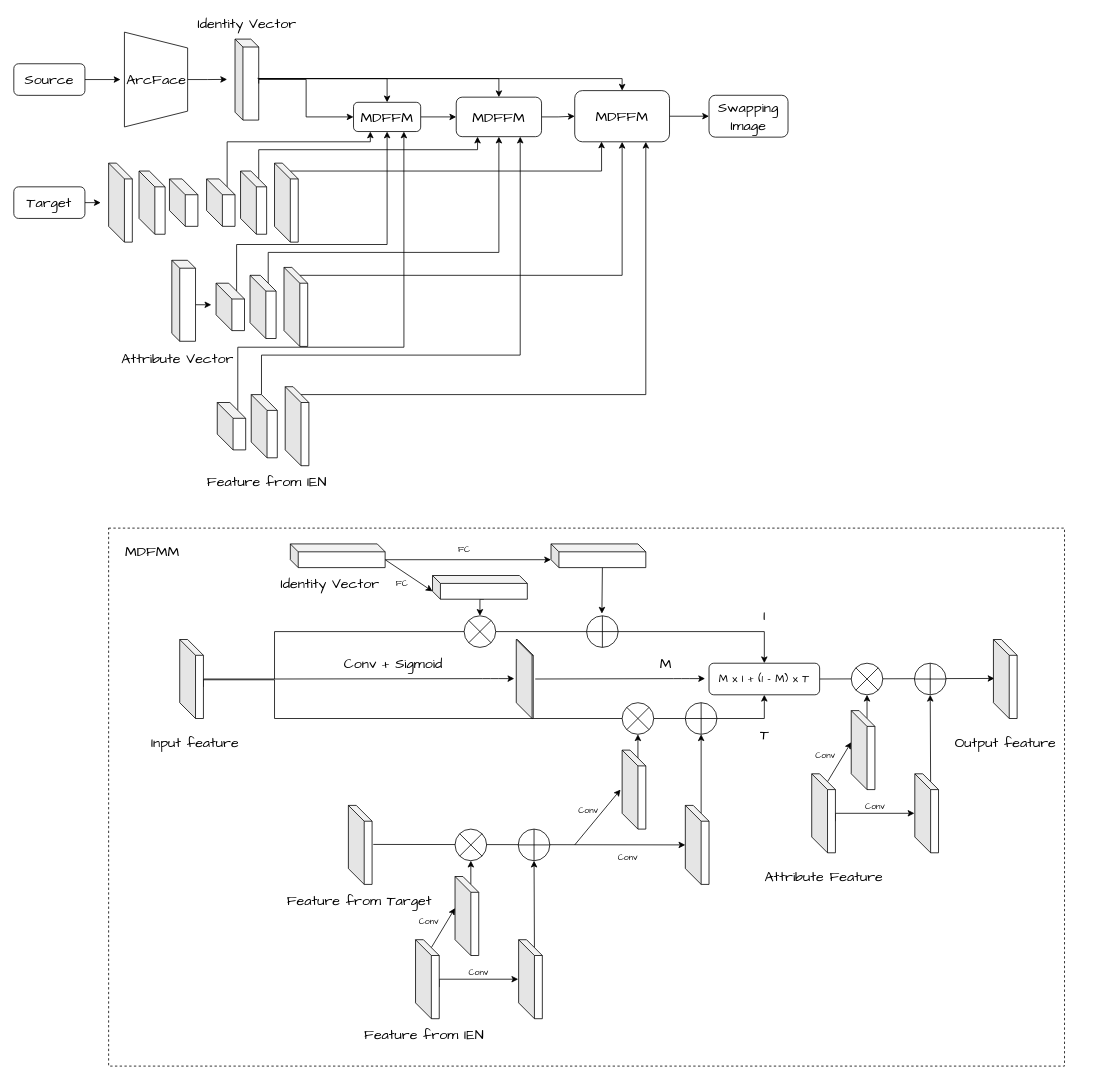
Earlier version of the draw.io diagram Untitled Diagram.drawio (liang23333/liang23333.github.io). Source tidied: cells renumbered, new cells numbered last; positions are measured from the earlier drawing's top-left corner, leaving out a move shared by most shapes. Both pictures are drawn from the tidied source at 79%, with x=0, y=0 at pixel (13, 15).
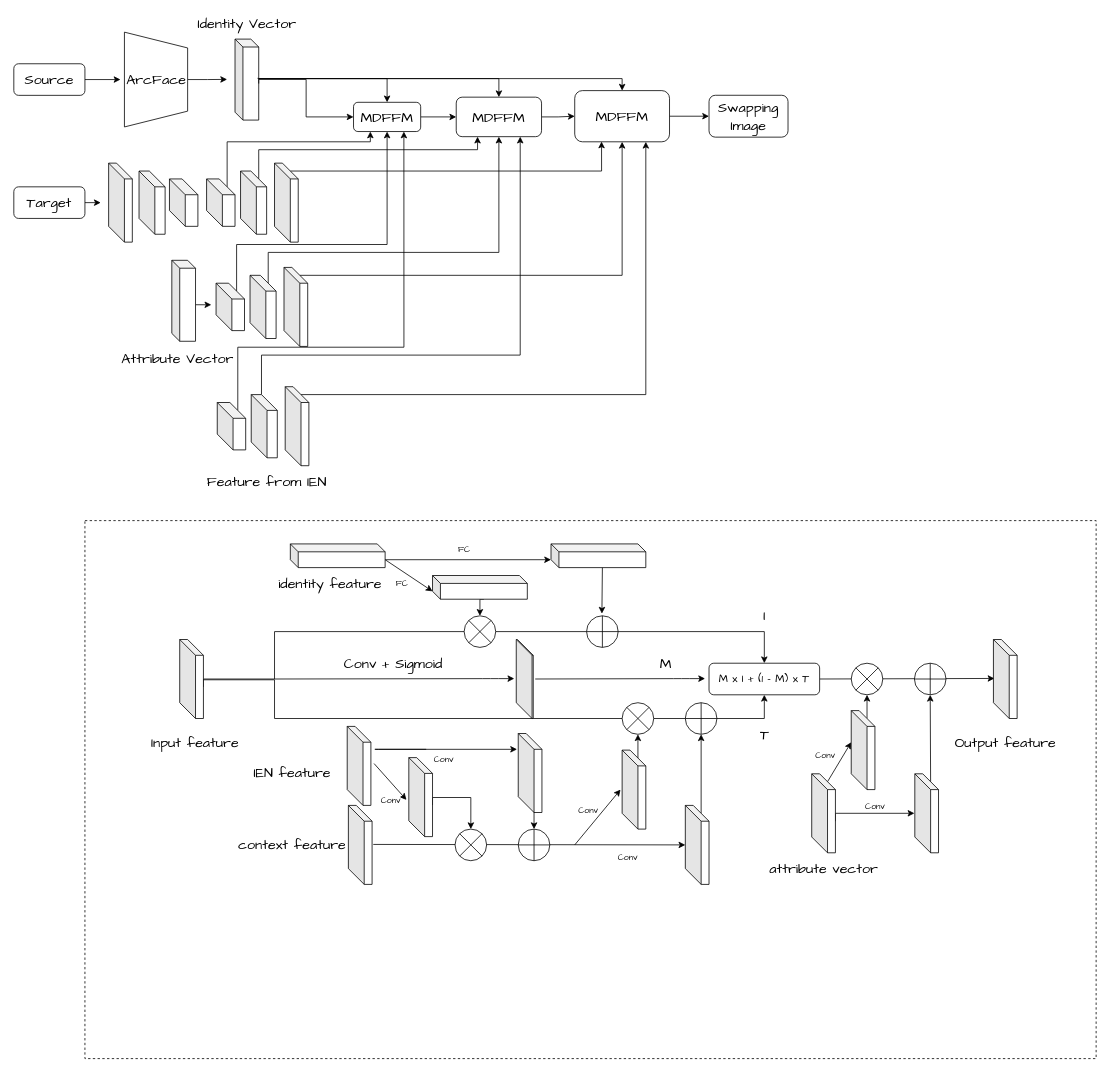
After the change.

The change refers to these unchanged cells:
```xml
<mxCell id="78" style="shape=sumEllipse;perimeter=ellipsePerimeter;whiteSpace=wrap;html=1;backgroundOutline=1;" parent="1" vertex="1">
  <mxGeometry x="558.5" y="1030" width="40" height="40" as="geometry" />
</mxCell>
<mxCell id="79" style="shape=orEllipse;perimeter=ellipsePerimeter;whiteSpace=wrap;html=1;backgroundOutline=1;" parent="1" vertex="1">
  <mxGeometry x="638.5" y="1030" width="40" height="40" as="geometry" />
</mxCell>
```

Diff of the diagram source:
```diff
@@
     <mxCell id="2" style="rounded=0;whiteSpace=wrap;html=1;align=left;dashed=1;" parent="1" vertex="1">
-      <mxGeometry x="120" y="649" width="1210" height="681" as="geometry" />
+      <mxGeometry x="90" y="639.5" width="1280" height="681" as="geometry" />
     </mxCell>
@@
-    <mxCell id="54" value="&lt;font style=&quot;font-size: 18px&quot; face=&quot;Comic Sans MS&quot;&gt;Identity Vector&lt;/font&gt;" style="text;html=1;align=center;verticalAlign=middle;fillColor=none;strokeColor=none;rounded=0;" parent="1" vertex="1">
+    <mxCell id="54" value="&lt;font style=&quot;font-size: 18px&quot; face=&quot;Comic Sans MS&quot;&gt;identity feature&lt;/font&gt;" style="text;html=1;align=center;verticalAlign=middle;fillColor=none;strokeColor=none;rounded=0;" parent="1" vertex="1">
       <mxGeometry x="325" y="709" width="150" height="20" as="geometry" />
     </mxCell>
@@
-    <mxCell id="63" value="&lt;font style=&quot;font-size: 18px&quot; face=&quot;Comic Sans MS&quot;&gt;Attribute Feature&lt;/font&gt;" style="text;html=1;align=center;verticalAlign=middle;fillColor=none;strokeColor=none;rounded=0;" parent="1" vertex="1">
-      <mxGeometry x="940" y="1080" width="170" height="20" as="geometry" />
+    <mxCell id="63" value="&lt;font style=&quot;font-size: 18px&quot; face=&quot;Comic Sans MS&quot;&gt;attribute vector&lt;/font&gt;" style="text;html=1;align=center;verticalAlign=middle;fillColor=none;strokeColor=none;rounded=0;" parent="1" vertex="1">
+      <mxGeometry x="950" y="1070" width="150" height="20" as="geometry" />
     </mxCell>
@@
-    <mxCell id="67" value="&lt;font style=&quot;font-size: 18px&quot; face=&quot;Comic Sans MS&quot;&gt;Feature from Target&lt;/font&gt;" style="text;html=1;align=center;verticalAlign=middle;fillColor=none;strokeColor=none;rounded=0;" parent="1" vertex="1">
-      <mxGeometry x="342" y="1110" width="190" height="20" as="geometry" />
+    <mxCell id="67" value="&lt;font face=&quot;Comic Sans MS&quot;&gt;&lt;span style=&quot;font-size: 18px&quot;&gt;context feature&lt;/span&gt;&lt;/font&gt;" style="text;html=1;align=center;verticalAlign=middle;fillColor=none;strokeColor=none;rounded=0;" parent="1" vertex="1">
+      <mxGeometry x="277" y="1039.5" width="150" height="20" as="geometry" />
     </mxCell>
-    <mxCell id="68" style="edgeStyle=orthogonalEdgeStyle;rounded=0;jettySize=auto;html=1;exitX=0;exitY=0;exitDx=30;exitDy=60;exitPerimeter=0;" parent="1" edge="1" source="71">
-      <mxGeometry relative="1" as="geometry">
-        <mxPoint x="638.5" y="1220" as="targetPoint" />
-        <Array as="points">
-          <mxPoint x="538.5" y="1220" />
-        </Array>
-      </mxGeometry>
-    </mxCell>
-    <mxCell id="69" value="&lt;font face=&quot;Comic Sans MS&quot;&gt;Conv&lt;/font&gt;" style="edgeLabel;html=1;align=center;verticalAlign=middle;" parent="68" vertex="1">
-      <mxGeometry x="0.08" y="2" relative="1" as="geometry">
-        <mxPoint y="-8" as="offset" />
-      </mxGeometry>
-    </mxCell>
-    <mxCell id="70" style="rounded=0;jettySize=auto;html=1;exitX=0;exitY=0;exitDx=20;exitDy=10;exitPerimeter=0;entryX=0;entryY=0;entryDx=0;entryDy=40;entryPerimeter=0;" parent="1" edge="1" source="71" target="74">
-      <mxGeometry relative="1" as="geometry" />
+    <mxCell id="70" value="&lt;font face=&quot;Comic Sans MS&quot;&gt;Conv&lt;/font&gt;" style="rounded=0;jettySize=auto;html=1;exitX=1.133;exitY=0.47;exitDx=0;exitDy=0;exitPerimeter=0;entryX=-0.1;entryY=0.535;entryDx=0;entryDy=0;entryPerimeter=0;" parent="1" edge="1" source="71" target="74">
+      <mxGeometry x="0.55" y="-16" relative="1" as="geometry">
+        <mxPoint x="1" as="offset" />
+      </mxGeometry>
     </mxCell>
     <mxCell id="71" style="shape=cube;whiteSpace=wrap;html=1;boundedLbl=1;backgroundOutline=1;darkOpacity=0.05;darkOpacity2=0.1;" parent="1" vertex="1">
-      <mxGeometry x="508.5" y="1170" width="30" height="100" as="geometry" />
+      <mxGeometry x="422" y="900" width="30" height="100" as="geometry" />
     </mxCell>
-    <mxCell id="72" value="&lt;font style=&quot;font-size: 18px&quot; face=&quot;Comic Sans MS&quot;&gt;Feature from IEN&lt;/font&gt;" style="text;html=1;align=center;verticalAlign=middle;fillColor=none;strokeColor=none;rounded=0;" parent="1" vertex="1">
-      <mxGeometry x="433.5" y="1280" width="170" height="20" as="geometry" />
+    <mxCell id="72" value="&lt;font style=&quot;font-size: 18px&quot; face=&quot;Comic Sans MS&quot;&gt;IEN feature&lt;/font&gt;" style="text;html=1;align=center;verticalAlign=middle;fillColor=none;strokeColor=none;rounded=0;" parent="1" vertex="1">
+      <mxGeometry x="292" y="949" width="120" height="20" as="geometry" />
     </mxCell>
-    <mxCell id="73" style="edgeStyle=none;rounded=0;jettySize=auto;html=1;exitX=0;exitY=0;exitDx=20;exitDy=10;exitPerimeter=0;" parent="1" edge="1" source="74" target="78">
-      <mxGeometry relative="1" as="geometry" />
+    <mxCell id="73" style="edgeStyle=orthogonalEdgeStyle;rounded=0;jettySize=auto;html=1;exitX=0;exitY=0;exitDx=30;exitDy=60;exitPerimeter=0;entryX=0.5;entryY=0;entryDx=0;entryDy=0;" parent="1" edge="1" source="74" target="78">
+      <mxGeometry relative="1" as="geometry">
+        <Array as="points">
+          <mxPoint x="530" y="990" />
+          <mxPoint x="579" y="990" />
+        </Array>
+      </mxGeometry>
     </mxCell>
-    <mxCell id="74" style="shape=cube;whiteSpace=wrap;html=1;boundedLbl=1;backgroundOutline=1;darkOpacity=0.05;darkOpacity2=0.1;" parent="1" vertex="1">
-      <mxGeometry x="558.5" y="1090" width="30" height="100" as="geometry" />
+    <mxCell id="74" style="shape=cube;whiteSpace=wrap;html=1;boundedLbl=1;backgroundOutline=1;darkOpacity=0.05;darkOpacity2=0.1;size=20;" parent="1" vertex="1">
+      <mxGeometry x="500" y="939.5" width="30" height="100" as="geometry" />
     </mxCell>
-    <mxCell id="75" style="edgeStyle=none;rounded=0;jettySize=auto;html=1;exitX=0;exitY=0;exitDx=20;exitDy=10;exitPerimeter=0;entryX=0.5;entryY=1;entryDx=0;entryDy=0;" parent="1" edge="1" source="76" target="79">
-      <mxGeometry relative="1" as="geometry" />
-    </mxCell>
+    <mxCell id="112" style="edgeStyle=orthogonalEdgeStyle;rounded=0;jettySize=auto;html=1;entryX=0.5;entryY=0;entryDx=0;entryDy=0;" parent="1" edge="1" target="79">
+      <mxGeometry relative="1" as="geometry">
+        <mxPoint x="654" y="999" as="sourcePoint" />
+      </mxGeometry>
+    </mxCell>
     <mxCell id="76" style="shape=cube;whiteSpace=wrap;html=1;boundedLbl=1;backgroundOutline=1;darkOpacity=0.05;darkOpacity2=0.1;" parent="1" vertex="1">
-      <mxGeometry x="639" y="1170" width="30" height="100" as="geometry" />
+      <mxGeometry x="638.5" y="909" width="30" height="100" as="geometry" />
     </mxCell>
-    <mxCell id="77" value="&lt;font face=&quot;Comic Sans MS&quot;&gt;Conv&lt;/font&gt;" style="edgeLabel;html=1;align=center;verticalAlign=middle;" parent="1" vertex="1">
-      <mxGeometry x="598.5" y="1220" as="geometry">
-        <mxPoint x="-74" y="-75" as="offset" />
-      </mxGeometry>
-    </mxCell>
@@
-    <mxCell id="85" value="&lt;font face=&quot;Comic Sans MS&quot;&gt;Conv&lt;/font&gt;" style="edgeLabel;html=1;align=center;verticalAlign=middle;" parent="1" vertex="1">
+    <mxCell id="85" value="&lt;span style=&quot;font-family: &amp;#34;comic sans ms&amp;#34;&quot;&gt;Conv&lt;/span&gt;" style="edgeLabel;html=1;align=center;verticalAlign=middle;" parent="1" vertex="1">
       <mxGeometry x="850" y="1140" as="geometry">
         <mxPoint x="-74" y="-75" as="offset" />
       </mxGeometry>
     </mxCell>
@@
-    <mxCell id="99" value="&lt;font style=&quot;font-size: 18px&quot; face=&quot;Comic Sans MS&quot;&gt;MDFMM&lt;/font&gt;" style="text;html=1;align=center;verticalAlign=middle;fillColor=none;strokeColor=none;rounded=0;" parent="1" vertex="1">
-      <mxGeometry x="130" y="669" width="90" height="20" as="geometry" />
-    </mxCell>
@@
+    <mxCell id="113" style="endArrow=classic;html=1;entryX=-0.05;entryY=0.2;entryDx=0;entryDy=0;entryPerimeter=0;" parent="1" edge="1" target="76">
+      <mxGeometry relative="1" as="geometry">
+        <mxPoint x="522" y="929" as="sourcePoint" />
+        <Array as="points">
+          <mxPoint x="452" y="929" />
+        </Array>
+      </mxGeometry>
+    </mxCell>
+    <mxCell id="114" value="&lt;font face=&quot;Comic Sans MS&quot;&gt;Conv&lt;/font&gt;" style="edgeLabel;html=1;align=center;verticalAlign=middle;" parent="113" vertex="1">
+      <mxGeometry x="0.26" y="-2" relative="1" as="geometry">
+        <mxPoint y="9" as="offset" />
+      </mxGeometry>
+    </mxCell>
```
